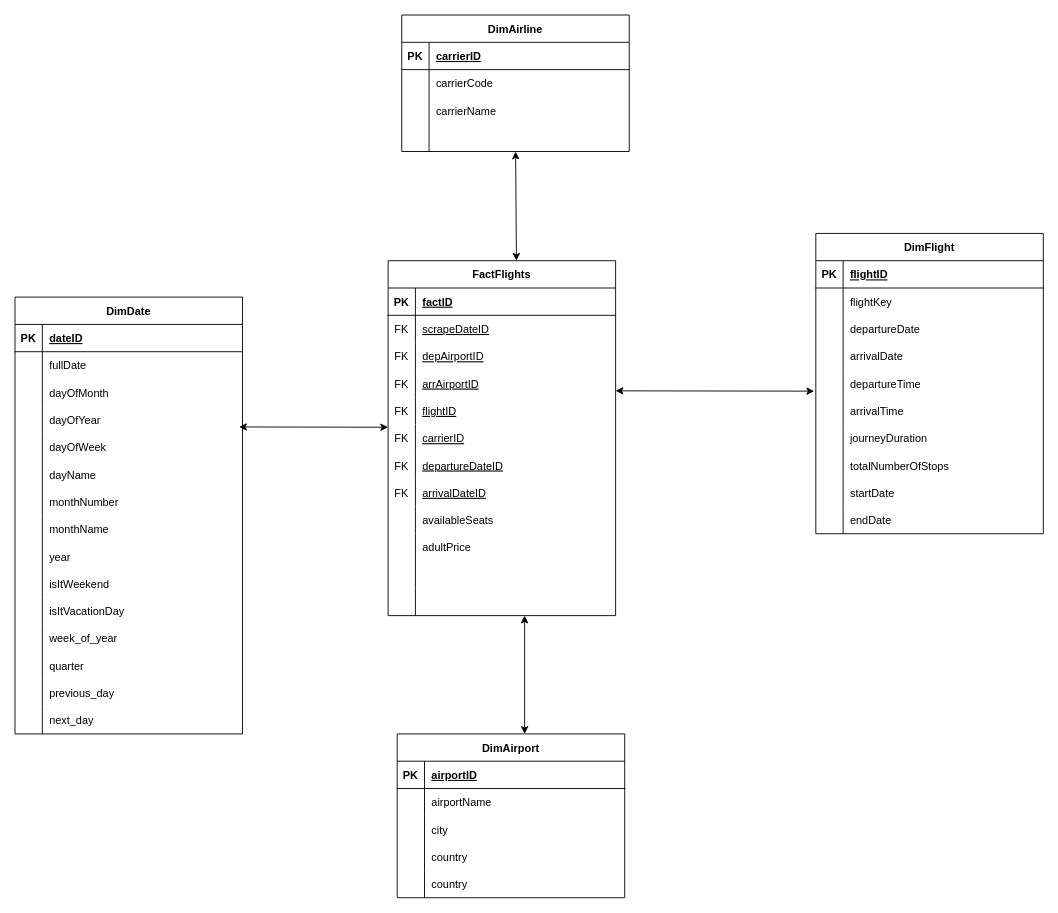
Floris-Buyse-FB/Data-Engineering-Project keeps this draw.io diagram as star_scheme_updated_11_5.drawio. Above is the earlier version. Source tidied: cells renumbered, new cells numbered last; positions are measured from the earlier drawing's top-left corner, leaving out a move shared by most shapes. Both pictures are drawn from the tidied source at 91%, with x=0, y=0 at pixel (15, 15).
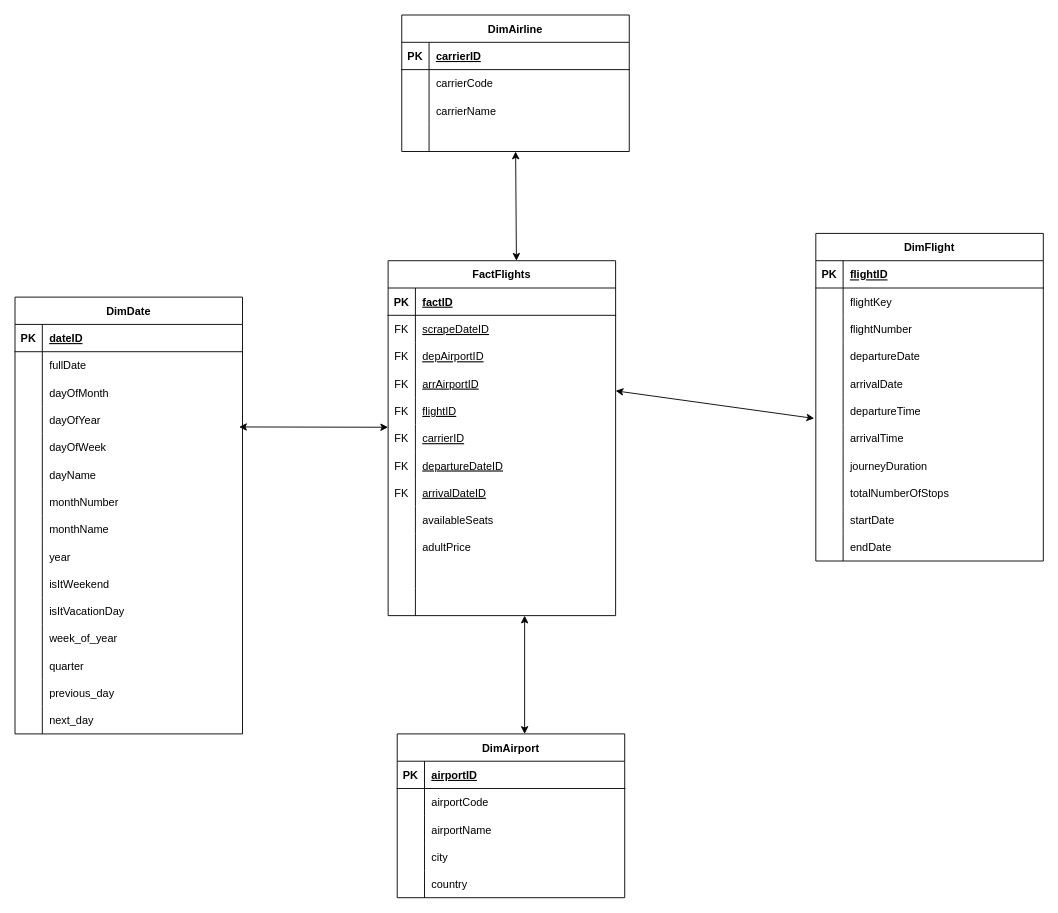
Above is the later version.

Commit message (it also covers changes not shown here):
aanpassing sterschema

Unchanged cells that the change refers to:
```xml
<mxCell id="33" value="DimAirport" style="shape=table;startSize=30;childLayout=tableLayout;rowLines=0;fontStyle=1;align=center;" parent="1" vertex="1">
  <mxGeometry x="420" y="790" width="250" height="180" as="geometry" />
</mxCell>
<mxCell id="37" style="shape=partialRectangle;fillColor=none;top=0;left=0;right=0;bottom=0;" parent="33" vertex="1">
  <mxGeometry y="60" width="250" height="30" as="geometry" />
</mxCell>
```

Diff of the diagram source:
```diff
@@
     <mxCell id="2" value="DimFlight" style="shape=table;startSize=30;childLayout=tableLayout;rowLines=0;fontStyle=1;align=center;" parent="1" vertex="1">
-      <mxGeometry x="880" y="240" width="250" height="330" as="geometry" />
+      <mxGeometry x="880" y="240" width="250" height="360" as="geometry" />
     </mxCell>
@@
+    <mxCell id="150" style="shape=partialRectangle;fillColor=none;top=0;left=0;right=0;bottom=0;" parent="2" vertex="1">
+      <mxGeometry y="90" width="250" height="30" as="geometry" />
+    </mxCell>
+    <mxCell id="151" style="shape=partialRectangle;overflow=hidden;fillColor=none;top=0;left=0;bottom=0;right=0;" parent="150" vertex="1">
+      <mxGeometry width="30" height="30" as="geometry" />
+    </mxCell>
+    <mxCell id="152" value="flightNumber" style="shape=partialRectangle;overflow=hidden;fillColor=none;top=0;left=0;bottom=0;right=0;align=left;spacingLeft=6;fontStyle=0;" parent="150" vertex="1">
+      <mxGeometry x="30" width="220" height="30" as="geometry" />
+    </mxCell>
     <mxCell id="9" style="shape=partialRectangle;fillColor=none;top=0;left=0;right=0;bottom=0;" parent="2" vertex="1">
-      <mxGeometry y="90" width="250" height="30" as="geometry" />
+      <mxGeometry y="120" width="250" height="30" as="geometry" />
     </mxCell>
@@
     <mxCell id="12" style="shape=partialRectangle;fillColor=none;top=0;left=0;right=0;bottom=0;" parent="2" vertex="1">
-      <mxGeometry y="120" width="250" height="30" as="geometry" />
+      <mxGeometry y="150" width="250" height="30" as="geometry" />
     </mxCell>
@@
     <mxCell id="15" style="shape=partialRectangle;fillColor=none;points=[[0,0.5],[1,0.5]];portConstraint=eastwest;top=0;left=0;right=0;bottom=0;" parent="2" vertex="1">
-      <mxGeometry y="150" width="250" height="30" as="geometry" />
+      <mxGeometry y="180" width="250" height="30" as="geometry" />
     </mxCell>
@@
     <mxCell id="18" style="shape=partialRectangle;fillColor=none;top=0;left=0;right=0;bottom=0;" parent="2" vertex="1">
-      <mxGeometry y="180" width="250" height="30" as="geometry" />
+      <mxGeometry y="210" width="250" height="30" as="geometry" />
     </mxCell>
@@
     <mxCell id="21" style="shape=partialRectangle;fillColor=none;top=0;left=0;right=0;bottom=0;" parent="2" vertex="1">
-      <mxGeometry y="210" width="250" height="30" as="geometry" />
+      <mxGeometry y="240" width="250" height="30" as="geometry" />
     </mxCell>
@@
     <mxCell id="24" style="shape=partialRectangle;fillColor=none;top=0;left=0;right=0;bottom=0;" parent="2" vertex="1">
-      <mxGeometry y="240" width="250" height="30" as="geometry" />
+      <mxGeometry y="270" width="250" height="30" as="geometry" />
     </mxCell>
@@
     <mxCell id="27" style="shape=partialRectangle;fillColor=none;top=0;left=0;right=0;bottom=0;" parent="2" vertex="1">
-      <mxGeometry y="270" width="250" height="30" as="geometry" />
+      <mxGeometry y="300" width="250" height="30" as="geometry" />
     </mxCell>
@@
     <mxCell id="30" style="shape=partialRectangle;fillColor=none;top=0;left=0;right=0;bottom=0;" parent="2" vertex="1">
-      <mxGeometry y="300" width="250" height="30" as="geometry" />
+      <mxGeometry y="330" width="250" height="30" as="geometry" />
     </mxCell>
@@
-    <mxCell id="39" value="airportName" style="shape=partialRectangle;overflow=hidden;fillColor=none;top=0;left=0;bottom=0;right=0;align=left;spacingLeft=6;" parent="37" vertex="1">
+    <mxCell id="39" value="airportCode" style="shape=partialRectangle;overflow=hidden;fillColor=none;top=0;left=0;bottom=0;right=0;align=left;spacingLeft=6;" parent="37" vertex="1">
       <mxGeometry x="30" width="220" height="30" as="geometry" />
     </mxCell>
+    <mxCell id="153" style="shape=partialRectangle;fillColor=none;top=0;left=0;right=0;bottom=0;" parent="33" vertex="1">
+      <mxGeometry y="90" width="250" height="30" as="geometry" />
+    </mxCell>
+    <mxCell id="154" style="shape=partialRectangle;overflow=hidden;fillColor=none;top=0;left=0;bottom=0;right=0;" parent="153" vertex="1">
+      <mxGeometry width="30" height="30" as="geometry" />
+    </mxCell>
+    <mxCell id="155" value="airportName" style="shape=partialRectangle;overflow=hidden;fillColor=none;top=0;left=0;bottom=0;right=0;align=left;spacingLeft=6;" parent="153" vertex="1">
+      <mxGeometry x="30" width="220" height="30" as="geometry" />
+    </mxCell>
     <mxCell id="40" style="shape=partialRectangle;fillColor=none;top=0;left=0;right=0;bottom=0;" parent="33" vertex="1">
-      <mxGeometry y="90" width="250" height="30" as="geometry" />
+      <mxGeometry y="120" width="250" height="30" as="geometry" />
     </mxCell>
@@
     <mxCell id="43" style="shape=partialRectangle;fillColor=none;top=0;left=0;right=0;bottom=0;" parent="33" vertex="1">
-      <mxGeometry y="120" width="250" height="30" as="geometry" />
+      <mxGeometry y="150" width="250" height="30" as="geometry" />
     </mxCell>
@@
-    <mxCell id="46" style="shape=partialRectangle;fillColor=none;top=0;left=0;right=0;bottom=0;" parent="33" vertex="1">
-      <mxGeometry y="150" width="250" height="30" as="geometry" />
-    </mxCell>
-    <mxCell id="47" style="shape=partialRectangle;overflow=hidden;fillColor=none;top=0;left=0;bottom=0;right=0;" parent="46" vertex="1">
-      <mxGeometry width="30" height="30" as="geometry" />
-    </mxCell>
-    <mxCell id="48" value="country" style="shape=partialRectangle;overflow=hidden;fillColor=none;top=0;left=0;bottom=0;right=0;align=left;spacingLeft=6;" parent="46" vertex="1">
-      <mxGeometry x="30" width="220" height="30" as="geometry" />
-    </mxCell>
```
